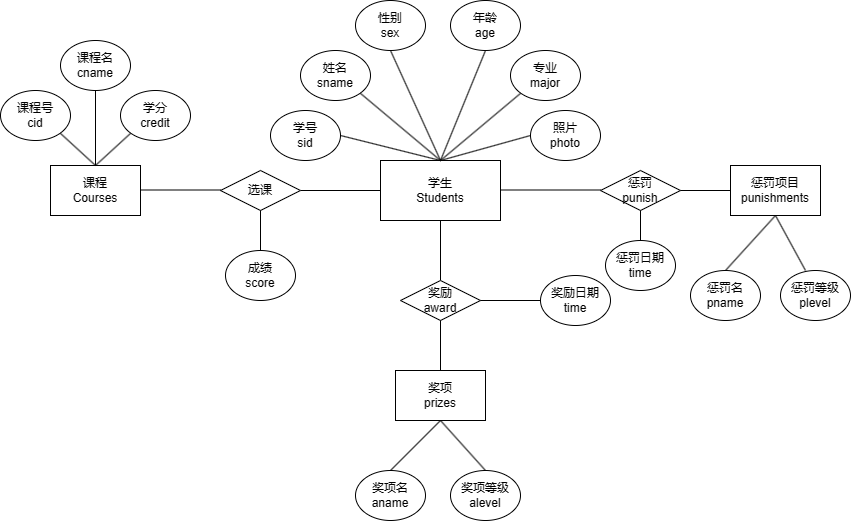
The draw.io diagram 学籍管理系统ER.png in n1uf/USTC-CS-COURSES, before a commit. Source tidied: cells renumbered, new cells last; positions are measured from the earlier drawing's top-left corner, leaving out a move shared by most shapes.
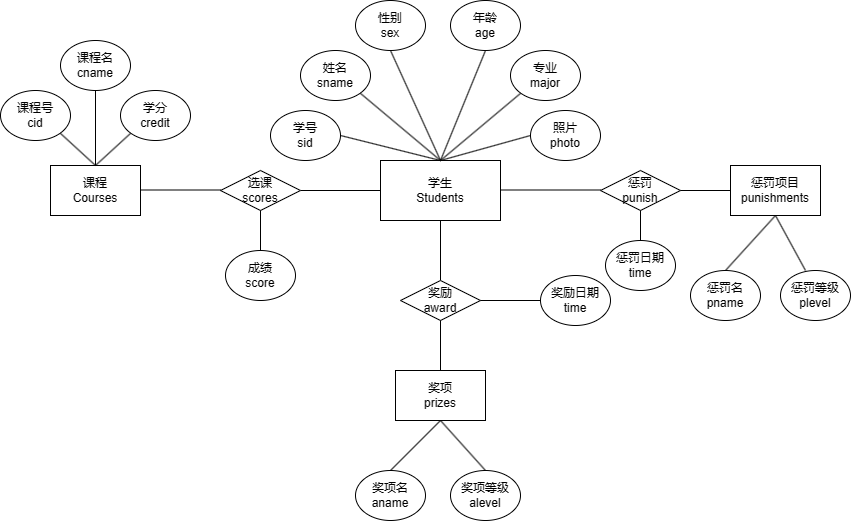
Later version of the same file.

Commit message:
更新学籍管理系统ER.png

What changed in the source:
```diff
@@ -60,7 +60,7 @@
         <mxPoint x="600" y="189.5" as="targetPoint" />
       </mxGeometry>
     </mxCell>
-    <mxCell id="17" value="选课" style="rhombus;whiteSpace=wrap;html=1;" parent="1" vertex="1">
+    <mxCell id="17" value="选课&lt;div&gt;scores&lt;/div&gt;" style="rhombus;whiteSpace=wrap;html=1;" parent="1" vertex="1">
       <mxGeometry x="220" y="170" width="80" height="40" as="geometry" />
     </mxCell>
     <mxCell id="18" style="endArrow=none;html=1;rounded=0;entryX=0;entryY=0.5;entryDx=0;entryDy=0;exitX=1;exitY=0.5;exitDx=0;exitDy=0;" parent="1" edge="1">
```
